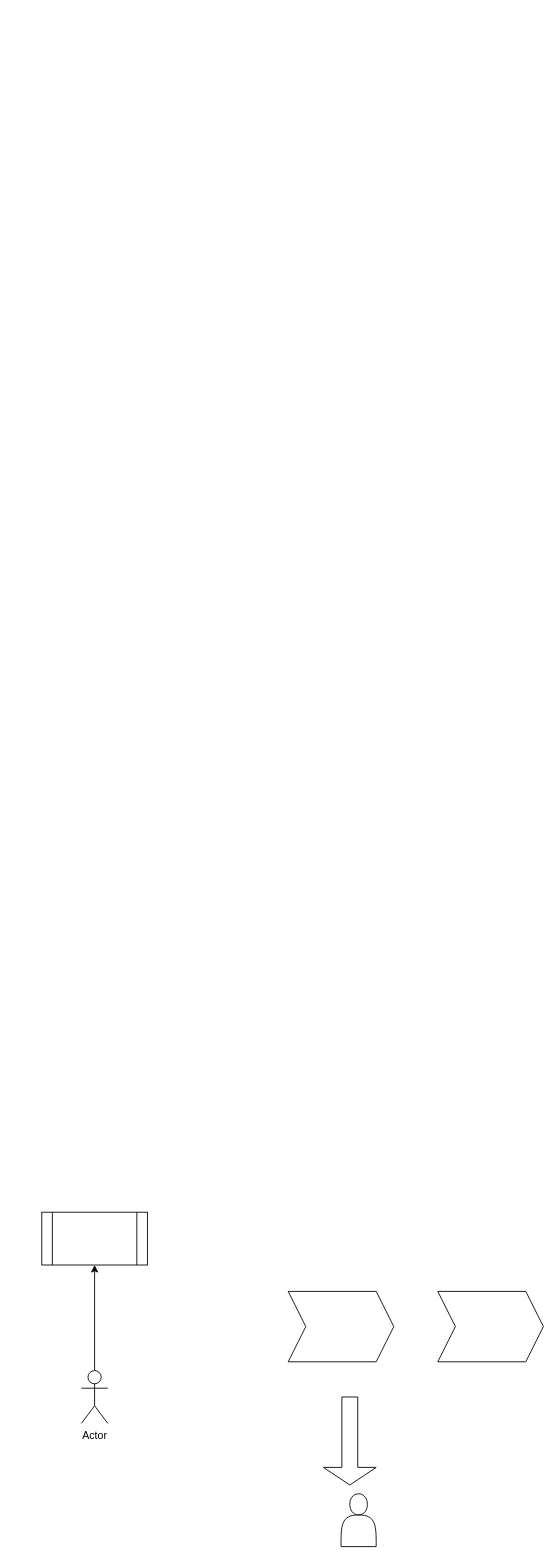
This is Untitled Diagram.drawio from jessin20161124/api, a draw.io file, before an edit. Source tidied: cells renumbered, new cells numbered last; positions are measured from the earlier drawing's top-left corner, leaving out a move shared by most shapes. Both pictures are drawn from the tidied source at 88%, with x=0, y=0 at pixel (41, 1212).
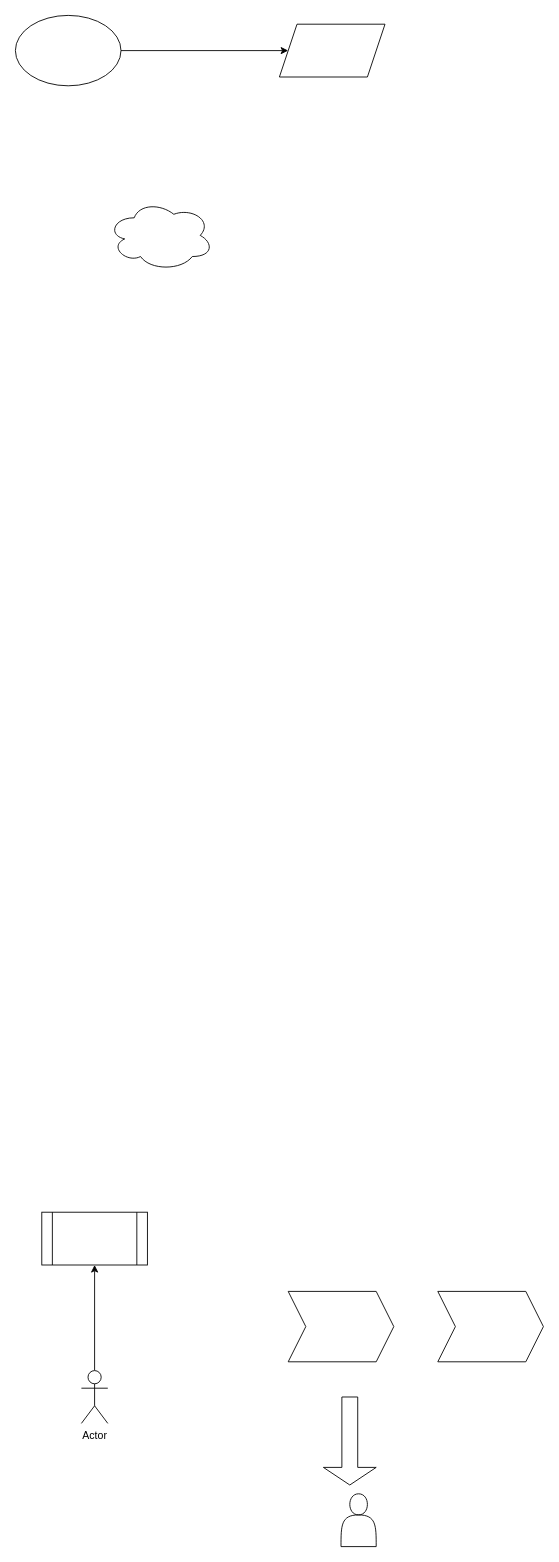
Above is the later version.

Diff of the diagram source:
```diff
@@
 <mxGraphModel>
   <root>
     <mxCell id="0" />
     <mxCell id="1" parent="0" />
     <mxCell id="2" style="shape=process;whiteSpace=wrap;html=1;backgroundOutline=1;" parent="1" vertex="1">
       <mxGeometry width="120" height="60" as="geometry" />
     </mxCell>
     <mxCell id="3" style="edgeStyle=orthogonalEdgeStyle;rounded=0;jettySize=auto;html=1;" parent="1" edge="1" source="4" target="2">
       <mxGeometry relative="1" as="geometry" />
     </mxCell>
     <mxCell id="4" value="Actor" style="shape=umlActor;verticalLabelPosition=bottom;verticalAlign=top;html=1;outlineConnect=0;" parent="1" vertex="1">
       <mxGeometry x="45" y="180" width="30" height="60" as="geometry" />
     </mxCell>
     <mxCell id="5" style="shape=step;perimeter=stepPerimeter;whiteSpace=wrap;html=1;fixedSize=1;" parent="1" vertex="1">
       <mxGeometry x="280" y="90" width="120" height="80" as="geometry" />
     </mxCell>
     <mxCell id="6" style="shape=step;perimeter=stepPerimeter;whiteSpace=wrap;html=1;fixedSize=1;" parent="1" vertex="1">
       <mxGeometry x="450" y="90" width="120" height="80" as="geometry" />
     </mxCell>
     <mxCell id="7" style="shape=singleArrow;direction=south;whiteSpace=wrap;html=1;" parent="1" vertex="1">
       <mxGeometry x="320" y="210" width="60" height="100" as="geometry" />
     </mxCell>
     <mxCell id="8" style="shape=actor;whiteSpace=wrap;html=1;" parent="1" vertex="1">
       <mxGeometry x="340" y="320" width="40" height="60" as="geometry" />
     </mxCell>
+    <mxCell id="9" style="edgeStyle=orthogonalEdgeStyle;rounded=0;jettySize=auto;html=1;" parent="1" edge="1" source="10" target="11">
+      <mxGeometry relative="1" as="geometry" />
+    </mxCell>
+    <mxCell id="10" style="ellipse;whiteSpace=wrap;html=1;" parent="1" vertex="1">
+      <mxGeometry x="-30" y="-1360" width="120" height="80" as="geometry" />
+    </mxCell>
+    <mxCell id="11" style="shape=parallelogram;perimeter=parallelogramPerimeter;whiteSpace=wrap;html=1;fixedSize=1;" parent="1" vertex="1">
+      <mxGeometry x="270" y="-1350" width="120" height="60" as="geometry" />
+    </mxCell>
+    <mxCell id="12" style="ellipse;shape=cloud;whiteSpace=wrap;html=1;" parent="1" vertex="1">
+      <mxGeometry x="75" y="-1150" width="120" height="80" as="geometry" />
+    </mxCell>
   </root>
 </mxGraphModel>
```
